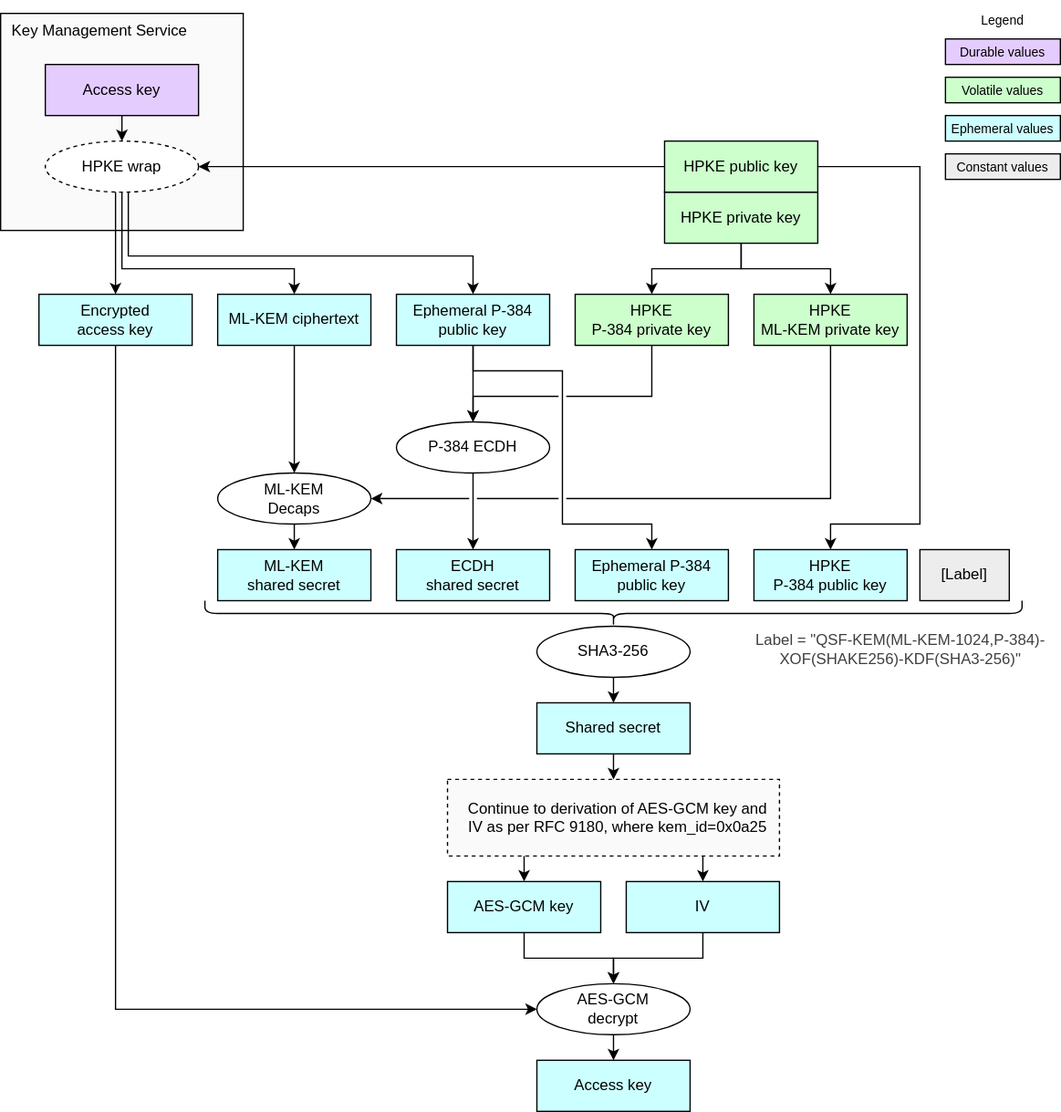
The draw.io diagram doc/ocp_lock/diagrams/hpke_kem_hybrid.drawio.svg in chipsalliance/Caliptra, before a commit. Source tidied: cells renumbered, new cells last; positions are measured from the earlier drawing's top-left corner, leaving out a move shared by most shapes.
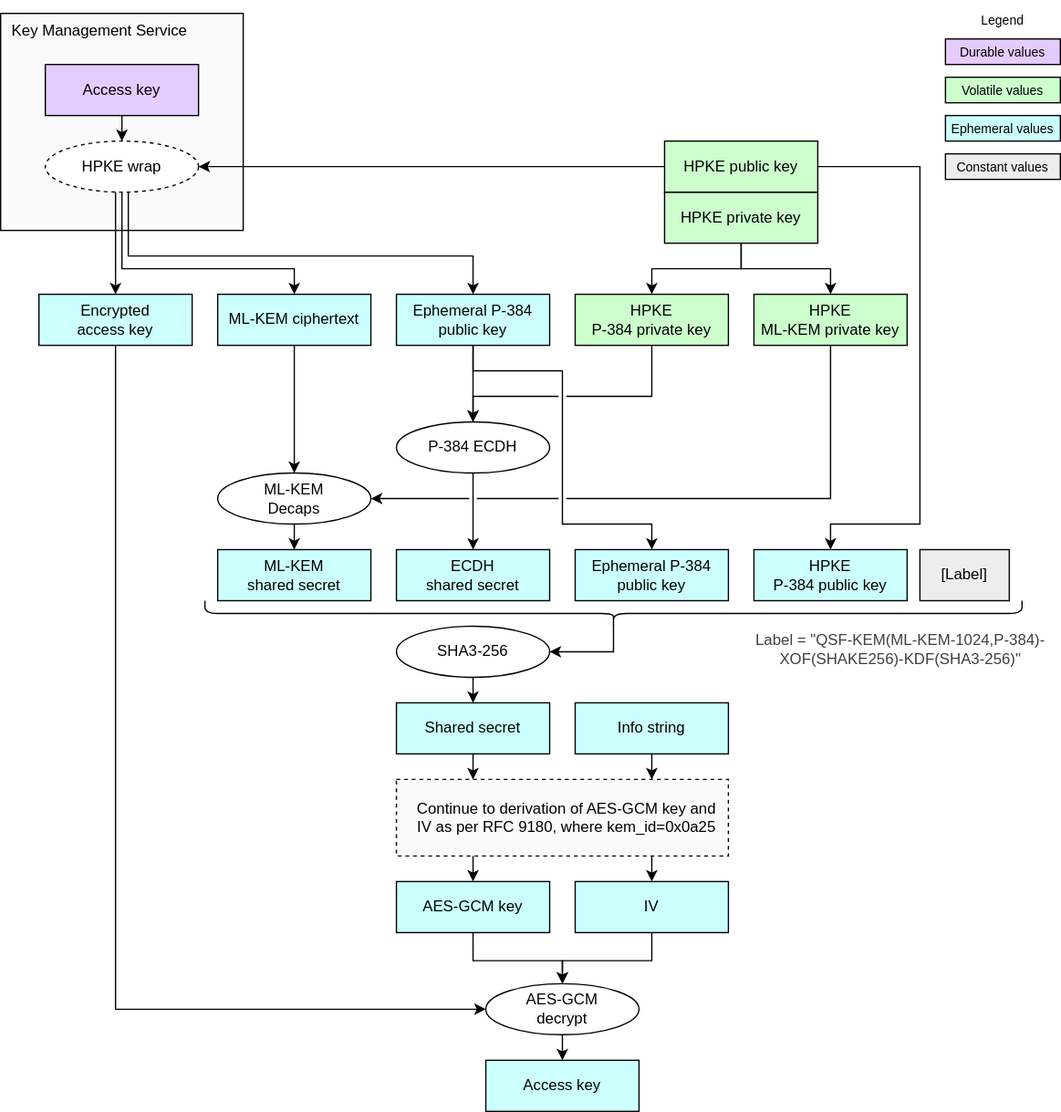
Later version of the same file.

Commit message:
Add support for pure-PQ HPKE.

What changed in the source:
```diff
@@ -147,56 +147,59 @@
         </Array>
       </mxGeometry>
     </mxCell>
+    <mxCell id="56" style="edgeStyle=orthogonalEdgeStyle;html=1;exitX=0.1;exitY=0.5;exitDx=0;exitDy=0;exitPerimeter=0;entryX=1;entryY=0.5;entryDx=0;entryDy=0;rounded=0;" parent="1" edge="1" source="35" target="36">
+      <mxGeometry relative="1" as="geometry" />
+    </mxCell>
     <mxCell id="35" style="shape=curlyBracket;whiteSpace=wrap;html=1;rounded=1;flipH=1;labelPosition=right;verticalLabelPosition=middle;align=left;verticalAlign=middle;rotation=90;" parent="1" vertex="1">
       <mxGeometry x="470" y="160" width="20" height="640" as="geometry" />
     </mxCell>
     <mxCell id="36" value="SHA3-256" style="ellipse;whiteSpace=wrap;html=1;fillColor=#FFFFFF;" parent="1" vertex="1">
-      <mxGeometry x="420" y="490" width="120" height="40" as="geometry" />
+      <mxGeometry x="310" y="490" width="120" height="40" as="geometry" />
     </mxCell>
     <mxCell id="37" value="&lt;div&gt;&lt;font color=&quot;#000000&quot;&gt;Shared secret&lt;/font&gt;&lt;/div&gt;" style="rounded=0;whiteSpace=wrap;html=1;align=center;verticalAlign=middle;shadow=0;glass=0;spacingLeft=0;spacingBottom=0;spacingTop=0;fillColor=#CCFFFF;" parent="1" vertex="1">
-      <mxGeometry x="420" y="550" width="120" height="40" as="geometry" />
+      <mxGeometry x="310" y="550" width="120" height="40" as="geometry" />
     </mxCell>
     <mxCell id="38" style="endArrow=classic;html=1;exitX=0.5;exitY=1;exitDx=0;exitDy=0;" parent="1" edge="1" source="36" target="37">
       <mxGeometry relative="1" as="geometry" />
     </mxCell>
     <mxCell id="39" value="&lt;span style=&quot;color: rgb(0, 0, 0);&quot;&gt;Continue to derivation of&amp;nbsp;&lt;/span&gt;&lt;span style=&quot;background-color: transparent;&quot;&gt;AES-GCM key and&lt;/span&gt;&lt;div&gt;&lt;span style=&quot;background-color: transparent;&quot;&gt;IV as per&amp;nbsp;&lt;/span&gt;&lt;span style=&quot;background-color: transparent;&quot;&gt;RFC 9180, where kem_id=0x0a25&lt;/span&gt;&lt;/div&gt;" style="rounded=0;whiteSpace=wrap;html=1;fillColor=#FAFAFA;strokeColor=#000000;align=center;verticalAlign=middle;spacingLeft=7;dashed=1;" parent="1" vertex="1">
-      <mxGeometry x="350" y="610" width="260" height="60" as="geometry" />
+      <mxGeometry x="310" y="610" width="260" height="60" as="geometry" />
     </mxCell>
     <mxCell id="40" style="endArrow=classic;html=1;exitX=0.5;exitY=1;exitDx=0;exitDy=0;" parent="1" edge="1" source="37">
       <mxGeometry relative="1" as="geometry">
-        <mxPoint x="480" y="610" as="targetPoint" />
+        <mxPoint x="370" y="610" as="targetPoint" />
       </mxGeometry>
     </mxCell>
     <mxCell id="41" value="AES-GCM&lt;div&gt;decrypt&lt;/div&gt;" style="ellipse;whiteSpace=wrap;html=1;fillColor=#FFFFFF;" parent="1" vertex="1">
-      <mxGeometry x="420" y="770" width="120" height="40" as="geometry" />
+      <mxGeometry x="380" y="770" width="120" height="40" as="geometry" />
     </mxCell>
     <mxCell id="42" value="Access key" style="rounded=0;whiteSpace=wrap;html=1;align=center;verticalAlign=middle;shadow=0;glass=0;spacingLeft=0;spacingBottom=0;spacingTop=0;fillColor=#CCFFFF;" parent="1" vertex="1">
-      <mxGeometry x="420" y="830" width="120" height="40" as="geometry" />
+      <mxGeometry x="380" y="830" width="120" height="40" as="geometry" />
     </mxCell>
     <mxCell id="43" value="AES-GCM key" style="rounded=0;whiteSpace=wrap;html=1;align=center;verticalAlign=middle;shadow=0;glass=0;spacingLeft=0;spacingBottom=0;spacingTop=0;fillColor=#CCFFFF;" parent="1" vertex="1">
-      <mxGeometry x="350" y="690" width="120" height="40" as="geometry" />
+      <mxGeometry x="310" y="690" width="120" height="40" as="geometry" />
     </mxCell>
     <mxCell id="44" value="IV" style="rounded=0;whiteSpace=wrap;html=1;align=center;verticalAlign=middle;shadow=0;glass=0;spacingLeft=0;spacingBottom=0;spacingTop=0;fillColor=#CCFFFF;" parent="1" vertex="1">
-      <mxGeometry x="490" y="690" width="120" height="40" as="geometry" />
+      <mxGeometry x="450" y="690" width="120" height="40" as="geometry" />
     </mxCell>
     <mxCell id="45" style="endArrow=classic;html=1;entryX=0.5;entryY=0;entryDx=0;entryDy=0;exitX=0.5;exitY=1;exitDx=0;exitDy=0;" parent="1" edge="1" target="43">
       <mxGeometry relative="1" as="geometry">
-        <mxPoint x="410" y="670" as="sourcePoint" />
+        <mxPoint x="370" y="670" as="sourcePoint" />
       </mxGeometry>
     </mxCell>
     <mxCell id="46" style="edgeStyle=segmentEdgeStyle;endArrow=classic;html=1;curved=0;rounded=0;endSize=6;startSize=6;exitX=0.5;exitY=1;exitDx=0;exitDy=0;entryX=0.5;entryY=0;entryDx=0;entryDy=0;" parent="1" edge="1" source="43" target="41">
       <mxGeometry relative="1" as="geometry">
         <Array as="points">
-          <mxPoint x="410" y="750" />
-          <mxPoint x="480" y="750" />
+          <mxPoint x="370" y="752" />
+          <mxPoint x="440" y="752" />
         </Array>
       </mxGeometry>
     </mxCell>
     <mxCell id="47" style="edgeStyle=segmentEdgeStyle;endArrow=classic;html=1;curved=0;rounded=0;endSize=6;startSize=6;exitX=0.5;exitY=1;exitDx=0;exitDy=0;entryX=0.5;entryY=0;entryDx=0;entryDy=0;" parent="1" edge="1" source="44" target="41">
       <mxGeometry relative="1" as="geometry">
         <Array as="points">
-          <mxPoint x="550" y="750" />
-          <mxPoint x="480" y="750" />
+          <mxPoint x="510" y="752" />
+          <mxPoint x="440" y="752" />
         </Array>
       </mxGeometry>
     </mxCell>
@@ -223,7 +226,7 @@
     </mxCell>
     <mxCell id="52" style="endArrow=classic;html=1;exitX=0.5;exitY=1;exitDx=0;exitDy=0;entryX=0.5;entryY=0;entryDx=0;entryDy=0;" parent="1" edge="1" target="44">
       <mxGeometry relative="1" as="geometry">
-        <mxPoint x="550" y="670" as="sourcePoint" />
+        <mxPoint x="510" y="670" as="sourcePoint" />
       </mxGeometry>
     </mxCell>
     <mxCell id="53" value="&lt;div&gt;&lt;font color=&quot;#000000&quot;&gt;[Label]&lt;/font&gt;&lt;/div&gt;" style="rounded=0;whiteSpace=wrap;html=1;align=center;verticalAlign=middle;shadow=0;glass=0;spacingLeft=0;spacingBottom=0;spacingTop=0;fillColor=#EDEDED;" parent="1" vertex="1">
@@ -235,5 +238,13 @@
     <mxCell id="55" value="&lt;div&gt;&lt;font color=&quot;#000000&quot;&gt;Constant values&lt;/font&gt;&lt;/div&gt;" style="rounded=0;whiteSpace=wrap;html=1;align=center;verticalAlign=middle;shadow=0;glass=0;spacingLeft=0;spacingBottom=0;spacingTop=0;fillColor=#EDEDED;fontSize=10;" parent="1" vertex="1">
       <mxGeometry x="740" y="120" width="90" height="20" as="geometry" />
     </mxCell>
+    <mxCell id="57" value="&lt;div&gt;&lt;font&gt;Info string&lt;/font&gt;&lt;/div&gt;" style="rounded=0;whiteSpace=wrap;html=1;align=center;verticalAlign=middle;shadow=0;glass=0;spacingLeft=0;spacingBottom=0;spacingTop=0;fillColor=#CCFFFF;" parent="1" vertex="1">
+      <mxGeometry x="450" y="550" width="120" height="40" as="geometry" />
+    </mxCell>
+    <mxCell id="58" style="endArrow=classic;html=1;exitX=0.5;exitY=1;exitDx=0;exitDy=0;" parent="1" edge="1" source="57">
+      <mxGeometry relative="1" as="geometry">
+        <mxPoint x="510" y="610" as="targetPoint" />
+      </mxGeometry>
+    </mxCell>
   </root>
 </mxGraphModel>
```
